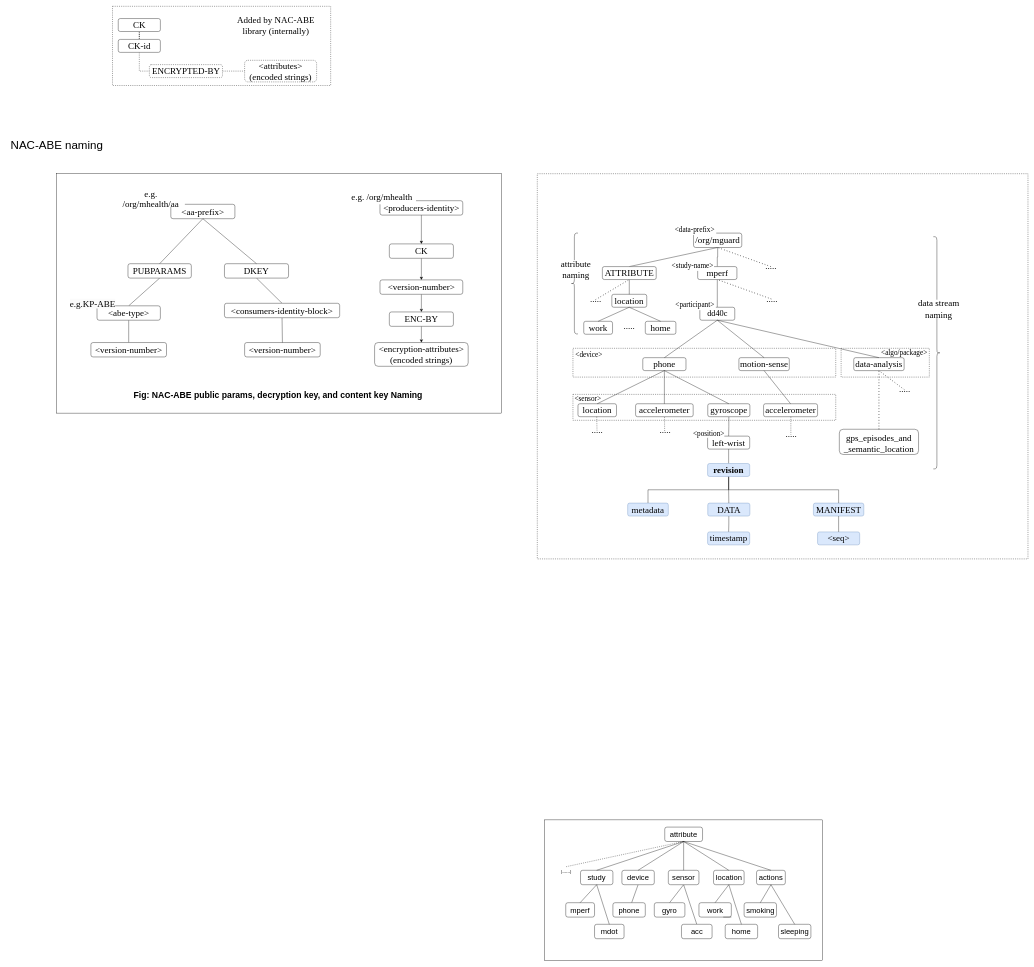
Before: page "Namespace" (2 of 4) of docs/latest mGuard .drawio in dulalsaurab/new-mguard, a draw.io diagram. Source tidied: cells renumbered, new cells numbered last; positions are measured from the earlier drawing's top-left corner, leaving out a move shared by most shapes. Both pictures are drawn from the tidied source at 36%, with x=0, y=0 at pixel (6, 6).
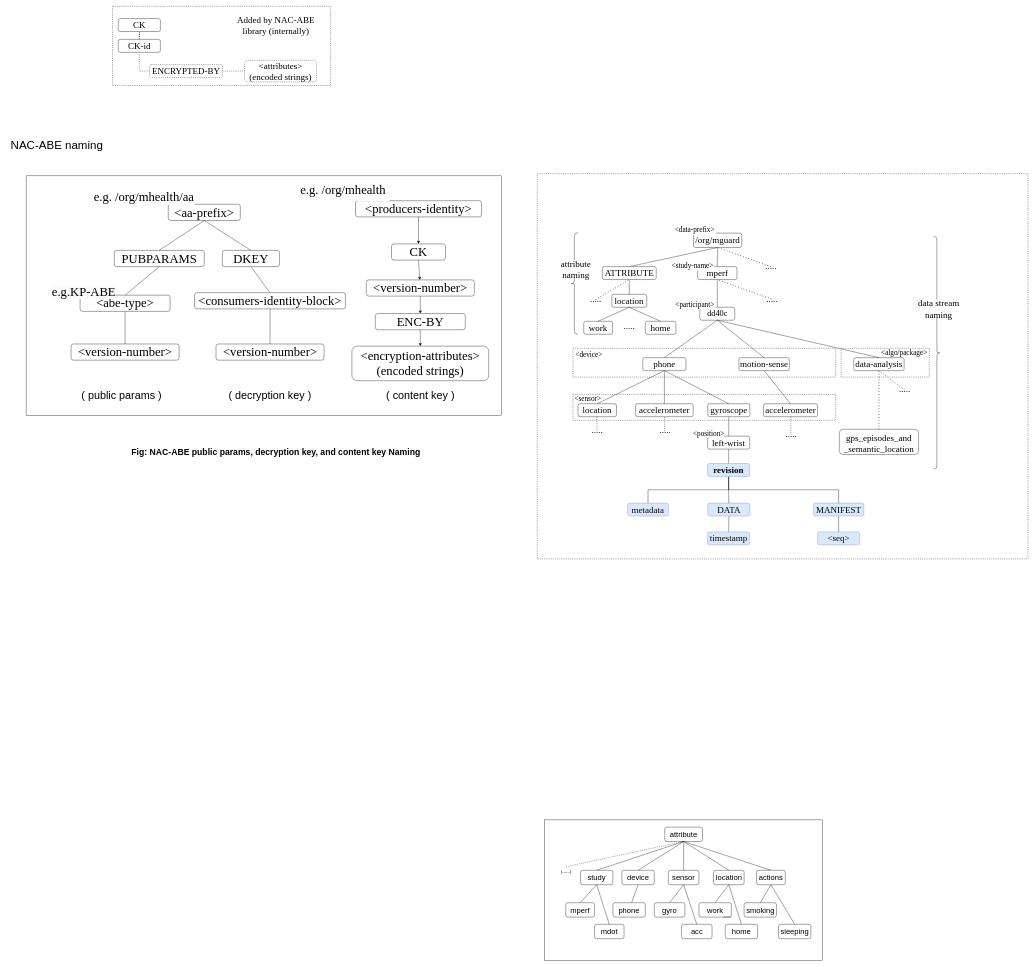
The same page after the edit.

What changed in the source:
```diff
@@
     <mxCell id="2" style="rounded=0;whiteSpace=wrap;html=1;" parent="1" vertex="1">
-      <mxGeometry x="140" y="465" width="1235" height="665" as="geometry" />
+      <mxGeometry x="55" y="471" width="1320" height="665" as="geometry" />
     </mxCell>
@@
-    <mxCell id="121" value="&lt;font style=&quot;font-size: 25px&quot;&gt;&amp;lt;aa-prefix&amp;gt;&lt;/font&gt;" style="rounded=1;whiteSpace=wrap;html=1;fontStyle=0;fontFamily=Times New Roman;" parent="1" vertex="1">
-      <mxGeometry x="457" y="550" width="178" height="40" as="geometry" />
+    <mxCell id="121" value="&lt;font style=&quot;font-size: 35px;&quot;&gt;&amp;lt;aa-prefix&amp;gt;&lt;/font&gt;" style="rounded=1;whiteSpace=wrap;html=1;fontStyle=0;fontFamily=Times New Roman;fontSize=35;" parent="1" vertex="1">
+      <mxGeometry x="450" y="550" width="200" height="45" as="geometry" />
     </mxCell>
-    <mxCell id="122" value="&lt;font style=&quot;font-size: 25px;&quot;&gt;e.g. /org/mhealth/aa&lt;/font&gt;" style="text;html=1;strokeColor=none;fillColor=default;align=center;verticalAlign=middle;whiteSpace=wrap;rounded=0;dashed=1;fontStyle=0;fontFamily=Times New Roman;fontSize=20;labelBackgroundColor=none;labelBorderColor=none;" parent="1" vertex="1">
-      <mxGeometry x="307" y="512" width="189" height="45" as="geometry" />
+    <mxCell id="122" value="&lt;font style=&quot;font-size: 35px;&quot;&gt;e.g. /org/mhealth/aa&lt;/font&gt;" style="text;html=1;strokeColor=none;fillColor=default;align=center;verticalAlign=middle;whiteSpace=wrap;rounded=0;dashed=1;fontStyle=0;fontFamily=Times New Roman;fontSize=35;labelBackgroundColor=none;labelBorderColor=none;" parent="1" vertex="1">
+      <mxGeometry x="242" y="507" width="281" height="45" as="geometry" />
     </mxCell>
-    <mxCell id="123" value="&lt;div style=&quot;border: 0px; font-variant-numeric: inherit; font-variant-east-asian: inherit; font-variant-alternates: inherit; font-stretch: inherit; font-size: 15px; line-height: inherit; font-family: &amp;quot;Segoe UI&amp;quot;, &amp;quot;Segoe UI Web (West European)&amp;quot;, &amp;quot;Segoe UI&amp;quot;, -apple-system, &amp;quot;system-ui&amp;quot;, Roboto, &amp;quot;Helvetica Neue&amp;quot;, sans-serif; font-optical-sizing: inherit; font-kerning: inherit; font-feature-settings: inherit; font-variation-settings: inherit; margin: 0px; padding: 0px; vertical-align: baseline; text-align: start; background-color: rgb(255, 255, 255);&quot;&gt;&lt;br&gt;&lt;/div&gt;&lt;div&gt;&lt;i style=&quot;font-family: inherit; font-variant-caps: inherit; font-variant-ligatures: inherit;&quot;&gt;&lt;span style=&quot;border: 0px; font-style: inherit; font-variant: inherit; font-weight: inherit; font-stretch: inherit; font-size: 12pt; line-height: inherit; font-family: Consolas, Courier, monospace; font-optical-sizing: inherit; font-kerning: inherit; font-feature-settings: inherit; font-variation-settings: inherit; margin: 0px; padding: 0px; vertical-align: baseline; color: inherit; background-color: transparent !important;&quot;&gt;&lt;b&gt;&lt;span style=&quot;border: 0px; font-style: inherit; font-variant: inherit; font-weight: inherit; font-stretch: inherit; font-size: 12pt; line-height: inherit; font-optical-sizing: inherit; font-kerning: inherit; font-feature-settings: inherit; font-variation-settings: inherit; margin: 0px; padding: 0px; vertical-align: baseline; color: rgb(66, 66, 66) !important; background-color: transparent !important;&quot;&gt;&lt;span style=&quot;border: 0px; font-style: inherit; font-variant: inherit; font-weight: inherit; font-stretch: inherit; font-size: 12pt; line-height: inherit; font-family: Tahoma, Geneva, sans-serif; font-optical-sizing: inherit; font-kerning: inherit; font-feature-settings: inherit; font-variation-settings: inherit; margin: 0px; padding: 0px; vertical-align: baseline; background-color: transparent !important;&quot;&gt;&lt;br&gt;&lt;/span&gt;&lt;/span&gt;&lt;/b&gt;&lt;/span&gt;&lt;/i&gt;&lt;/div&gt;" style="text;html=1;align=center;verticalAlign=middle;strokeColor=none;fillColor=none;" parent="1" vertex="1">
-      <mxGeometry x="230" y="620" width="20" height="50" as="geometry" />
+    <mxCell id="123" value="&lt;div style=&quot;border: 0px; font-variant-numeric: inherit; font-variant-east-asian: inherit; font-variant-alternates: inherit; font-stretch: inherit; font-size: 35px; line-height: inherit; font-family: &amp;quot;Segoe UI&amp;quot;, &amp;quot;Segoe UI Web (West European)&amp;quot;, &amp;quot;Segoe UI&amp;quot;, -apple-system, &amp;quot;system-ui&amp;quot;, Roboto, &amp;quot;Helvetica Neue&amp;quot;, sans-serif; font-optical-sizing: inherit; font-kerning: inherit; font-feature-settings: inherit; font-variation-settings: inherit; margin: 0px; padding: 0px; vertical-align: baseline; text-align: start; background-color: rgb(255, 255, 255);&quot;&gt;&lt;br style=&quot;font-size: 35px;&quot;&gt;&lt;/div&gt;&lt;div style=&quot;font-size: 35px;&quot;&gt;&lt;i style=&quot;font-family: inherit; font-variant-caps: inherit; font-variant-ligatures: inherit; font-size: 35px;&quot;&gt;&lt;span style=&quot;border: 0px; font-style: inherit; font-variant: inherit; font-weight: inherit; font-stretch: inherit; font-size: 35px; line-height: inherit; font-family: Consolas, Courier, monospace; font-optical-sizing: inherit; font-kerning: inherit; font-feature-settings: inherit; font-variation-settings: inherit; margin: 0px; padding: 0px; vertical-align: baseline; color: inherit; background-color: transparent !important;&quot;&gt;&lt;b style=&quot;font-size: 35px;&quot;&gt;&lt;span style=&quot;border: 0px; font-style: inherit; font-variant: inherit; font-weight: inherit; font-stretch: inherit; font-size: 35px; line-height: inherit; font-optical-sizing: inherit; font-kerning: inherit; font-feature-settings: inherit; font-variation-settings: inherit; margin: 0px; padding: 0px; vertical-align: baseline; color: rgb(66, 66, 66) !important; background-color: transparent !important;&quot;&gt;&lt;span style=&quot;border: 0px; font-style: inherit; font-variant: inherit; font-weight: inherit; font-stretch: inherit; font-size: 35px; line-height: inherit; font-family: Tahoma, Geneva, sans-serif; font-optical-sizing: inherit; font-kerning: inherit; font-feature-settings: inherit; font-variation-settings: inherit; margin: 0px; padding: 0px; vertical-align: baseline; background-color: transparent !important;&quot;&gt;&lt;br style=&quot;font-size: 35px;&quot;&gt;&lt;/span&gt;&lt;/span&gt;&lt;/b&gt;&lt;/span&gt;&lt;/i&gt;&lt;/div&gt;" style="text;html=1;align=center;verticalAlign=middle;strokeColor=none;fillColor=none;fontSize=35;" parent="1" vertex="1">
+      <mxGeometry x="205" y="595" width="20" height="100" as="geometry" />
     </mxCell>
-    <mxCell id="124" style="edgeStyle=none;rounded=0;jettySize=auto;html=1;exitX=0.5;exitY=1;exitDx=0;exitDy=0;entryX=0.5;entryY=0;entryDx=0;entryDy=0;endArrow=none;endFill=0;" parent="1" edge="1" source="125" target="131">
+    <mxCell id="124" style="edgeStyle=none;rounded=0;jettySize=auto;html=1;exitX=0.5;exitY=1;exitDx=0;exitDy=0;entryX=0.5;entryY=0;entryDx=0;entryDy=0;endArrow=none;endFill=0;fontSize=35;" parent="1" edge="1" source="125" target="131">
       <mxGeometry relative="1" as="geometry" />
     </mxCell>
-    <mxCell id="125" value="&lt;font style=&quot;font-size: 25px&quot;&gt;PUBPARAMS&lt;/font&gt;" style="rounded=1;whiteSpace=wrap;html=1;fontStyle=0;fontFamily=Times New Roman;" parent="1" vertex="1">
-      <mxGeometry x="338" y="715" width="176" height="40" as="geometry" />
+    <mxCell id="125" value="&lt;font style=&quot;font-size: 35px;&quot;&gt;PUBPARAMS&lt;/font&gt;" style="rounded=1;whiteSpace=wrap;html=1;fontStyle=0;fontFamily=Times New Roman;fontSize=35;" parent="1" vertex="1">
+      <mxGeometry x="300" y="678" width="250" height="45" as="geometry" />
     </mxCell>
-    <mxCell id="126" style="edgeStyle=none;rounded=0;jettySize=auto;html=1;exitX=0.5;exitY=1;exitDx=0;exitDy=0;entryX=0.5;entryY=0;entryDx=0;entryDy=0;endArrow=none;endFill=0;" parent="1" edge="1" source="127" target="137">
+    <mxCell id="126" style="edgeStyle=none;rounded=0;jettySize=auto;html=1;exitX=0.5;exitY=1;exitDx=0;exitDy=0;entryX=0.5;entryY=0;entryDx=0;entryDy=0;endArrow=none;endFill=0;fontSize=35;" parent="1" edge="1" source="127" target="137">
       <mxGeometry relative="1" as="geometry" />
     </mxCell>
-    <mxCell id="127" value="&lt;font style=&quot;font-size: 25px&quot;&gt;DKEY&lt;/font&gt;" style="rounded=1;whiteSpace=wrap;html=1;fontStyle=0;fontFamily=Times New Roman;" parent="1" vertex="1">
-      <mxGeometry x="606" y="715" width="178" height="40" as="geometry" />
+    <mxCell id="127" value="&lt;font style=&quot;font-size: 35px;&quot;&gt;DKEY&lt;/font&gt;" style="rounded=1;whiteSpace=wrap;html=1;fontStyle=0;fontFamily=Times New Roman;fontSize=35;" parent="1" vertex="1">
+      <mxGeometry x="600" y="678" width="159" height="45" as="geometry" />
     </mxCell>
-    <mxCell id="128" style="endArrow=none;html=1;rounded=0;entryX=0.5;entryY=1;entryDx=0;entryDy=0;exitX=0.5;exitY=0;exitDx=0;exitDy=0;" parent="1" edge="1" source="125" target="121">
+    <mxCell id="128" style="endArrow=none;html=1;rounded=0;entryX=0.5;entryY=1;entryDx=0;entryDy=0;exitX=0.5;exitY=0;exitDx=0;exitDy=0;fontSize=35;" parent="1" edge="1" source="125" target="121">
       <mxGeometry relative="1" as="geometry" />
     </mxCell>
-    <mxCell id="129" style="endArrow=none;html=1;rounded=0;entryX=0.5;entryY=1;entryDx=0;entryDy=0;exitX=0.5;exitY=0;exitDx=0;exitDy=0;" parent="1" edge="1" source="127" target="121">
+    <mxCell id="129" style="endArrow=none;html=1;rounded=0;entryX=0.5;entryY=1;entryDx=0;entryDy=0;exitX=0.5;exitY=0;exitDx=0;exitDy=0;fontSize=35;" parent="1" edge="1" source="127" target="121">
       <mxGeometry relative="1" as="geometry" />
     </mxCell>
-    <mxCell id="130" style="edgeStyle=none;rounded=0;jettySize=auto;html=1;exitX=0.5;exitY=1;exitDx=0;exitDy=0;entryX=0.5;entryY=0;entryDx=0;entryDy=0;endArrow=none;endFill=0;" parent="1" edge="1" source="131" target="134">
+    <mxCell id="130" style="edgeStyle=none;rounded=0;jettySize=auto;html=1;exitX=0.5;exitY=1;exitDx=0;exitDy=0;entryX=0.5;entryY=0;entryDx=0;entryDy=0;endArrow=none;endFill=0;fontSize=35;" parent="1" edge="1" source="131" target="134">
       <mxGeometry relative="1" as="geometry" />
     </mxCell>
-    <mxCell id="131" value="&lt;font style=&quot;font-size: 25px;&quot;&gt;&amp;lt;abe-type&amp;gt;&lt;/font&gt;" style="rounded=1;whiteSpace=wrap;html=1;fontStyle=0;fontFamily=Times New Roman;" parent="1" vertex="1">
-      <mxGeometry x="252" y="832" width="176" height="40" as="geometry" />
+    <mxCell id="131" value="&lt;font style=&quot;font-size: 35px;&quot;&gt;&amp;lt;abe-type&amp;gt;&lt;/font&gt;" style="rounded=1;whiteSpace=wrap;html=1;fontStyle=0;fontFamily=Times New Roman;fontSize=35;" parent="1" vertex="1">
+      <mxGeometry x="205" y="802.5" width="250" height="45" as="geometry" />
     </mxCell>
-    <mxCell id="132" style="edgeStyle=orthogonalEdgeStyle;rounded=0;orthogonalLoop=1;jettySize=auto;html=1;exitX=0.5;exitY=1;exitDx=0;exitDy=0;" parent="1" edge="1" source="125" target="125">
+    <mxCell id="132" style="edgeStyle=orthogonalEdgeStyle;rounded=0;orthogonalLoop=1;jettySize=auto;html=1;exitX=0.5;exitY=1;exitDx=0;exitDy=0;fontSize=35;" parent="1" edge="1" source="125" target="125">
       <mxGeometry relative="1" as="geometry" />
     </mxCell>
-    <mxCell id="133" value="&lt;span style=&quot;color: rgb(0, 0, 0); font-family: &amp;quot;Times New Roman&amp;quot;; font-size: 25px; font-style: normal; font-variant-ligatures: normal; font-variant-caps: normal; font-weight: 400; letter-spacing: normal; orphans: 2; text-align: center; text-indent: 0px; text-transform: none; widows: 2; word-spacing: 0px; -webkit-text-stroke-width: 0px; background-color: rgb(251, 251, 251); text-decoration-thickness: initial; text-decoration-style: initial; text-decoration-color: initial; float: none; display: inline !important;&quot;&gt;e.g.KP-ABE&lt;/span&gt;" style="text;whiteSpace=wrap;html=1;" parent="1" vertex="1">
-      <mxGeometry x="175" y="805" width="130" height="34" as="geometry" />
-    </mxCell>
-    <mxCell id="134" value="&lt;font&gt;&lt;span style=&quot;font-size: 25px;&quot;&gt;&amp;lt;version-number&amp;gt;&lt;/span&gt;&lt;/font&gt;" style="rounded=1;whiteSpace=wrap;html=1;fontStyle=0;fontFamily=Times New Roman;" parent="1" vertex="1">
-      <mxGeometry x="235" y="934" width="210" height="40" as="geometry" />
+    <mxCell id="134" value="&lt;font style=&quot;font-size: 35px;&quot;&gt;&lt;span style=&quot;font-size: 35px;&quot;&gt;&amp;lt;version-number&amp;gt;&lt;/span&gt;&lt;/font&gt;" style="rounded=1;whiteSpace=wrap;html=1;fontStyle=0;fontFamily=Times New Roman;fontSize=35;" parent="1" vertex="1">
+      <mxGeometry x="180" y="938" width="300" height="45" as="geometry" />
     </mxCell>
-    <mxCell id="135" value="&lt;font&gt;&lt;span style=&quot;font-size: 25px;&quot;&gt;&amp;lt;version-number&amp;gt;&lt;/span&gt;&lt;/font&gt;" style="rounded=1;whiteSpace=wrap;html=1;fontStyle=0;fontFamily=Times New Roman;" parent="1" vertex="1">
-      <mxGeometry x="662" y="934" width="210" height="40" as="geometry" />
+    <mxCell id="135" value="&lt;font style=&quot;font-size: 35px;&quot;&gt;&lt;span style=&quot;font-size: 35px;&quot;&gt;&amp;lt;version-number&amp;gt;&lt;/span&gt;&lt;/font&gt;" style="rounded=1;whiteSpace=wrap;html=1;fontStyle=0;fontFamily=Times New Roman;fontSize=35;" parent="1" vertex="1">
+      <mxGeometry x="582.5" y="938" width="300" height="45" as="geometry" />
     </mxCell>
-    <mxCell id="136" style="edgeStyle=none;rounded=0;jettySize=auto;html=1;exitX=0.5;exitY=1;exitDx=0;exitDy=0;entryX=0.5;entryY=0;entryDx=0;entryDy=0;endArrow=none;endFill=0;" parent="1" edge="1" source="137" target="135">
+    <mxCell id="136" style="edgeStyle=none;rounded=0;jettySize=auto;html=1;exitX=0.5;exitY=1;exitDx=0;exitDy=0;entryX=0.5;entryY=0;entryDx=0;entryDy=0;endArrow=none;endFill=0;fontSize=35;" parent="1" edge="1" source="137" target="135">
       <mxGeometry relative="1" as="geometry" />
     </mxCell>
-    <mxCell id="137" value="&lt;font style=&quot;font-size: 25px;&quot;&gt;&amp;lt;consumers-identity-block&amp;gt;&lt;/font&gt;" style="rounded=1;whiteSpace=wrap;html=1;fontStyle=0;fontFamily=Times New Roman;" parent="1" vertex="1">
-      <mxGeometry x="606" y="825" width="320" height="40" as="geometry" />
+    <mxCell id="137" value="&lt;font style=&quot;font-size: 35px;&quot;&gt;&amp;lt;consumers-identity-block&amp;gt;&lt;/font&gt;" style="rounded=1;whiteSpace=wrap;html=1;fontStyle=0;fontFamily=Times New Roman;fontSize=35;" parent="1" vertex="1">
+      <mxGeometry x="523" y="795.5" width="419" height="45" as="geometry" />
     </mxCell>
-    <mxCell id="138" style="edgeStyle=none;rounded=0;jettySize=auto;html=1;exitX=0.5;exitY=1;exitDx=0;exitDy=0;" parent="1" edge="1" source="139" target="142">
+    <mxCell id="138" style="edgeStyle=none;rounded=0;jettySize=auto;html=1;exitX=0.5;exitY=1;exitDx=0;exitDy=0;fontSize=35;" parent="1" edge="1" source="139" target="142">
       <mxGeometry relative="1" as="geometry" />
     </mxCell>
-    <mxCell id="139" value="&lt;font style=&quot;font-size: 25px;&quot;&gt;&amp;lt;producers-identity&amp;gt;&lt;/font&gt;" style="rounded=1;whiteSpace=wrap;html=1;fontStyle=0;fontFamily=Times New Roman;" parent="1" vertex="1">
-      <mxGeometry x="1038" y="540" width="230" height="40" as="geometry" />
+    <mxCell id="139" value="&lt;font style=&quot;font-size: 35px;&quot;&gt;&amp;lt;producers-identity&amp;gt;&lt;/font&gt;" style="rounded=1;whiteSpace=wrap;html=1;fontStyle=0;fontFamily=Times New Roman;fontSize=35;" parent="1" vertex="1">
+      <mxGeometry x="970" y="540" width="350" height="45" as="geometry" />
     </mxCell>
-    <mxCell id="140" value="&lt;font face=&quot;Times New Roman&quot; style=&quot;font-size: 25px;&quot;&gt;e.g. /org/mhealth&lt;/font&gt;" style="text;html=1;align=center;verticalAlign=middle;strokeColor=none;fillColor=default;" parent="1" vertex="1">
-      <mxGeometry x="948" y="510" width="190" height="40" as="geometry" />
+    <mxCell id="140" value="&lt;font face=&quot;Times New Roman&quot; style=&quot;font-size: 35px;&quot;&gt;e.g. /org/mhealth&lt;/font&gt;" style="text;html=1;align=center;verticalAlign=middle;strokeColor=none;fillColor=default;fontSize=35;" parent="1" vertex="1">
+      <mxGeometry x="805" y="481" width="260" height="60" as="geometry" />
     </mxCell>
-    <mxCell id="141" style="edgeStyle=none;rounded=0;jettySize=auto;html=1;exitX=0.5;exitY=1;exitDx=0;exitDy=0;" parent="1" edge="1" source="142" target="144">
+    <mxCell id="141" style="edgeStyle=none;rounded=0;jettySize=auto;html=1;exitX=0.5;exitY=1;exitDx=0;exitDy=0;fontSize=35;" parent="1" edge="1" source="142" target="144">
       <mxGeometry relative="1" as="geometry" />
     </mxCell>
-    <mxCell id="142" value="&lt;font style=&quot;font-size: 25px&quot;&gt;CK&lt;/font&gt;" style="rounded=1;whiteSpace=wrap;html=1;fontStyle=0;fontFamily=Times New Roman;" parent="1" vertex="1">
-      <mxGeometry x="1064" y="660" width="178" height="40" as="geometry" />
+    <mxCell id="142" value="&lt;font style=&quot;font-size: 35px;&quot;&gt;CK&lt;/font&gt;" style="rounded=1;whiteSpace=wrap;html=1;fontStyle=0;fontFamily=Times New Roman;fontSize=35;" parent="1" vertex="1">
+      <mxGeometry x="1070" y="660" width="150" height="45" as="geometry" />
     </mxCell>
-    <mxCell id="143" style="edgeStyle=none;rounded=0;jettySize=auto;html=1;exitX=0.5;exitY=1;exitDx=0;exitDy=0;entryX=0.5;entryY=0;entryDx=0;entryDy=0;" parent="1" edge="1" source="144" target="147">
+    <mxCell id="143" style="edgeStyle=none;rounded=0;jettySize=auto;html=1;exitX=0.5;exitY=1;exitDx=0;exitDy=0;entryX=0.5;entryY=0;entryDx=0;entryDy=0;fontSize=35;" parent="1" edge="1" source="144" target="147">
       <mxGeometry relative="1" as="geometry" />
     </mxCell>
-    <mxCell id="144" value="&lt;font style=&quot;font-size: 25px&quot;&gt;&amp;lt;version-number&amp;gt;&lt;/font&gt;" style="rounded=1;whiteSpace=wrap;html=1;fontStyle=0;fontFamily=Times New Roman;" parent="1" vertex="1">
-      <mxGeometry x="1038" y="760" width="230" height="40" as="geometry" />
+    <mxCell id="144" value="&lt;font style=&quot;font-size: 35px;&quot;&gt;&amp;lt;version-number&amp;gt;&lt;/font&gt;" style="rounded=1;whiteSpace=wrap;html=1;fontStyle=0;fontFamily=Times New Roman;fontSize=35;" parent="1" vertex="1">
+      <mxGeometry x="1000" y="760" width="300" height="45" as="geometry" />
     </mxCell>
+    <mxCell id="148" value="&lt;h1&gt;Fig: NAC-ABE public params, decryption key, and content key Naming&lt;/h1&gt;" style="text;html=1;strokeColor=none;fillColor=none;spacing=5;spacingTop=-20;whiteSpace=wrap;overflow=hidden;rounded=0;align=center;" parent="1" vertex="1">
+      <mxGeometry x="139" y="1220" width="1220" height="40" as="geometry" />
+    </mxCell>
+    <mxCell id="147" value="&lt;font style=&quot;font-size: 35px;&quot;&gt;ENC-BY&lt;/font&gt;" style="rounded=1;whiteSpace=wrap;html=1;fontStyle=0;fontFamily=Times New Roman;fontSize=35;" parent="1" vertex="1">
+      <mxGeometry x="1025" y="853.5" width="250" height="45" as="geometry" />
+    </mxCell>
-    <mxCell id="145" value="&lt;font style=&quot;font-size: 25px&quot;&gt;&amp;lt;encryption-attributes&amp;gt;&lt;br&gt;(encoded strings)&lt;br&gt;&lt;/font&gt;" style="rounded=1;whiteSpace=wrap;html=1;fontStyle=0;fontFamily=Times New Roman;" parent="1" vertex="1">
-      <mxGeometry x="1023" y="934" width="260" height="66" as="geometry" />
+    <mxCell id="145" value="&lt;font style=&quot;font-size: 35px;&quot;&gt;&amp;lt;encryption-attributes&amp;gt;&lt;br style=&quot;font-size: 35px;&quot;&gt;(encoded strings)&lt;br style=&quot;font-size: 35px;&quot;&gt;&lt;/font&gt;" style="rounded=1;whiteSpace=wrap;html=1;fontStyle=0;fontFamily=Times New Roman;fontSize=35;" parent="1" vertex="1">
+      <mxGeometry x="960" y="944" width="380" height="96" as="geometry" />
     </mxCell>
-    <mxCell id="146" style="edgeStyle=none;rounded=0;jettySize=auto;html=1;exitX=0.5;exitY=1;exitDx=0;exitDy=0;entryX=0.5;entryY=0;entryDx=0;entryDy=0;" parent="1" edge="1" source="147" target="145">
+    <mxCell id="146" style="edgeStyle=none;rounded=0;jettySize=auto;html=1;exitX=0.5;exitY=1;exitDx=0;exitDy=0;entryX=0.5;entryY=0;entryDx=0;entryDy=0;fontSize=35;" parent="1" edge="1" source="147" target="145">
       <mxGeometry relative="1" as="geometry" />
     </mxCell>
-    <mxCell id="147" value="&lt;font style=&quot;font-size: 25px&quot;&gt;ENC-BY&lt;/font&gt;" style="rounded=1;whiteSpace=wrap;html=1;fontStyle=0;fontFamily=Times New Roman;" parent="1" vertex="1">
-      <mxGeometry x="1064" y="849" width="178" height="40" as="geometry" />
-    </mxCell>
-    <mxCell id="148" value="&lt;h1&gt;Fig: NAC-ABE public params, decryption key, and content key Naming&lt;/h1&gt;" style="text;html=1;strokeColor=none;fillColor=none;spacing=5;spacingTop=-20;whiteSpace=wrap;overflow=hidden;rounded=0;align=center;" parent="1" vertex="1">
-      <mxGeometry x="145" y="1060" width="1220" height="40" as="geometry" />
-    </mxCell>
+    <mxCell id="133" value="&lt;span style=&quot;color: rgb(0, 0, 0); font-family: &amp;quot;Times New Roman&amp;quot;; font-size: 35px; font-style: normal; font-variant-ligatures: normal; font-variant-caps: normal; font-weight: 400; letter-spacing: normal; orphans: 2; text-align: center; text-indent: 0px; text-transform: none; widows: 2; word-spacing: 0px; -webkit-text-stroke-width: 0px; background-color: rgb(251, 251, 251); text-decoration-thickness: initial; text-decoration-style: initial; text-decoration-color: initial; float: none; display: inline !important;&quot;&gt;e.g.KP-ABE&lt;/span&gt;" style="text;whiteSpace=wrap;html=1;fontSize=35;" parent="1" vertex="1">
+      <mxGeometry x="125" y="766" width="200" height="51" as="geometry" />
+    </mxCell>
+    <mxCell id="149" value="&lt;font style=&quot;font-size: 30px;&quot;&gt;( decryption key )&lt;/font&gt;" style="text;html=1;strokeColor=none;fillColor=none;align=center;verticalAlign=middle;whiteSpace=wrap;rounded=0;" parent="1" vertex="1">
+      <mxGeometry x="613" y="1065.1" width="239" height="30" as="geometry" />
+    </mxCell>
+    <mxCell id="150" value="&lt;font style=&quot;font-size: 30px;&quot;&gt;( content key )&lt;/font&gt;" style="text;html=1;strokeColor=none;fillColor=none;align=center;verticalAlign=middle;whiteSpace=wrap;rounded=0;" parent="1" vertex="1">
+      <mxGeometry x="1030.5" y="1065.1" width="239" height="30" as="geometry" />
+    </mxCell>
+    <mxCell id="151" value="&lt;font style=&quot;font-size: 30px;&quot;&gt;( public params )&lt;/font&gt;" style="text;html=1;strokeColor=none;fillColor=none;align=center;verticalAlign=middle;whiteSpace=wrap;rounded=0;" parent="1" vertex="1">
+      <mxGeometry x="200.5" y="1065.1" width="239" height="30" as="geometry" />
+    </mxCell>
```
